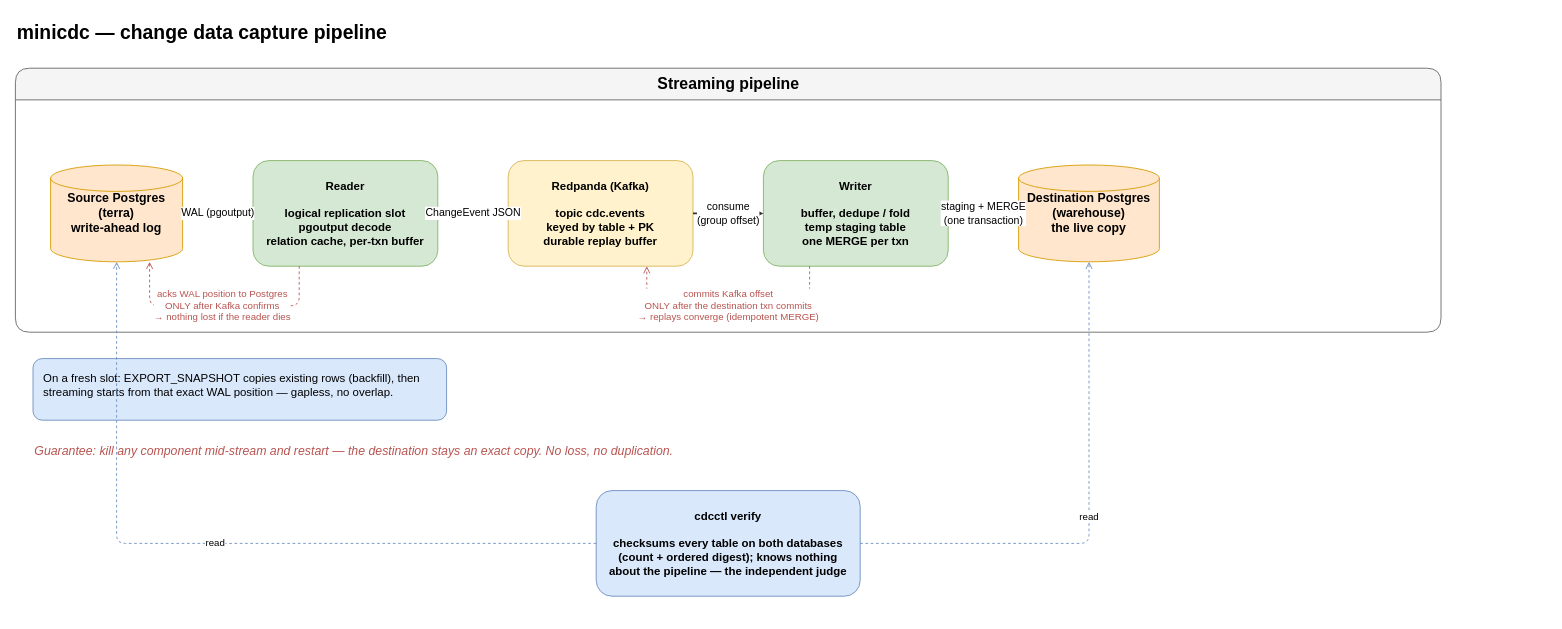
BABTUNA/minicdc keeps this draw.io diagram as docs/assets/architecture.drawio. Above is the earlier version. Source tidied: cells renumbered, new cells numbered last; positions are measured from the earlier drawing's top-left corner, leaving out a move shared by most shapes. Both pictures are drawn from the tidied source at 88%, with x=0, y=0 at pixel (15, 15).
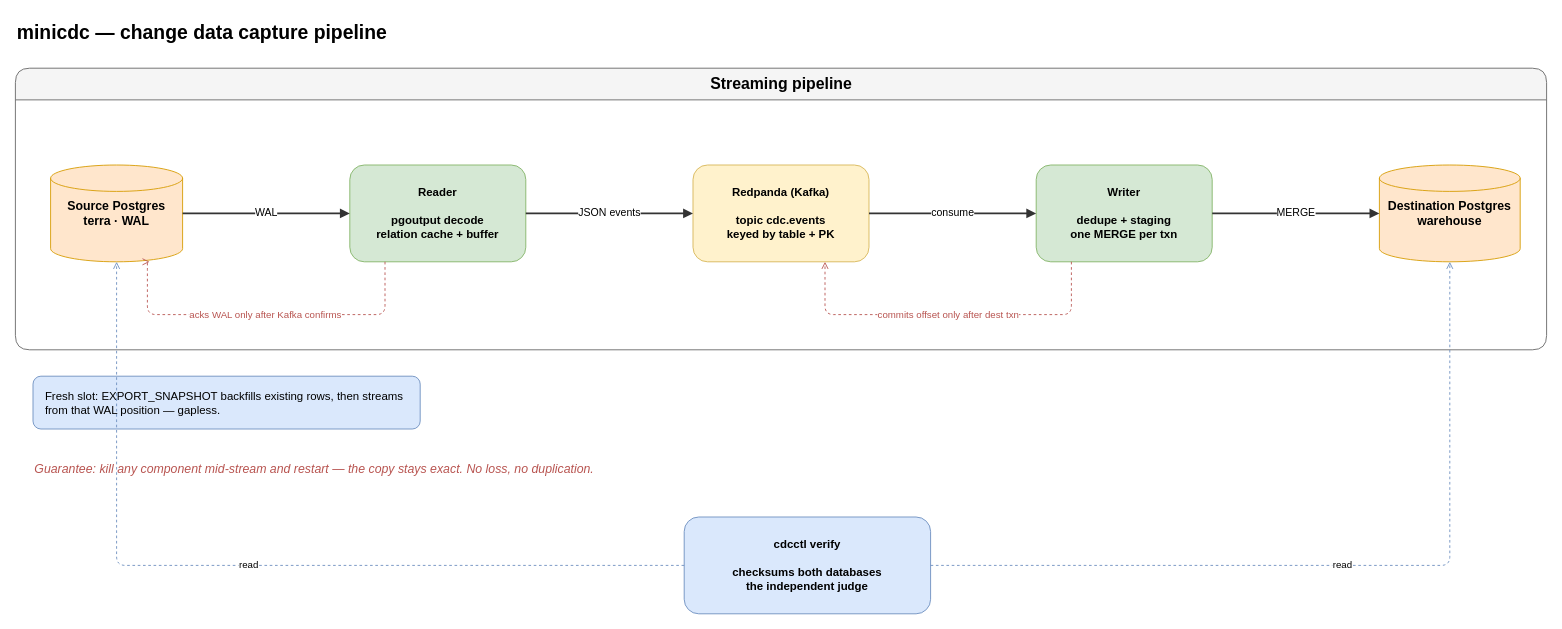
The same page after the edit.

Commit message (it also covers changes not shown here):
Clean up architecture diagram: wider spacing, shorter labels

Space the pipeline nodes so edge labels sit in the gaps instead of
overlapping the boxes, and trim the annotation and box text to one short
line each.

The edit, as a diff of the source:
```diff
@@
     <mxCell id="3" value="Streaming pipeline" style="swimlane;startSize=36;horizontal=1;rounded=1;html=1;fillColor=#f5f5f5;strokeColor=#666666;fontSize=18;fontStyle=1;" parent="1" vertex="1">
-      <mxGeometry y="60" width="1620" height="300" as="geometry" />
+      <mxGeometry y="60" width="1740" height="320" as="geometry" />
     </mxCell>
-    <mxCell id="4" value="Source Postgres&#10;(terra)&#10;write-ahead log" style="shape=cylinder3;whiteSpace=wrap;html=1;fillColor=#ffe6cc;strokeColor=#d79b00;fontSize=14;fontStyle=1;" parent="3" vertex="1">
+    <mxCell id="4" value="Source Postgres&#10;terra · WAL" style="shape=cylinder3;whiteSpace=wrap;html=1;fillColor=#ffe6cc;strokeColor=#d79b00;fontSize=14;fontStyle=1;" parent="3" vertex="1">
       <mxGeometry x="40" y="110" width="150" height="110" as="geometry" />
     </mxCell>
-    <mxCell id="5" value="Reader&#10;&#10;logical replication slot&#10;pgoutput decode&#10;relation cache, per-txn buffer" style="rounded=1;whiteSpace=wrap;html=1;fillColor=#d5e8d4;strokeColor=#82b366;fontSize=13;fontStyle=1;" parent="3" vertex="1">
-      <mxGeometry x="270" y="105" width="210" height="120" as="geometry" />
+    <mxCell id="5" value="Reader&#10;&#10;pgoutput decode&#10;relation cache + buffer" style="rounded=1;whiteSpace=wrap;html=1;fillColor=#d5e8d4;strokeColor=#82b366;fontSize=13;fontStyle=1;" parent="3" vertex="1">
+      <mxGeometry x="380" y="110" width="200" height="110" as="geometry" />
     </mxCell>
-    <mxCell id="6" value="Redpanda (Kafka)&#10;&#10;topic cdc.events&#10;keyed by table + PK&#10;durable replay buffer" style="rounded=1;whiteSpace=wrap;html=1;fillColor=#fff2cc;strokeColor=#d6b656;fontSize=13;fontStyle=1;" parent="3" vertex="1">
-      <mxGeometry x="560" y="105" width="210" height="120" as="geometry" />
+    <mxCell id="6" value="Redpanda (Kafka)&#10;&#10;topic cdc.events&#10;keyed by table + PK" style="rounded=1;whiteSpace=wrap;html=1;fillColor=#fff2cc;strokeColor=#d6b656;fontSize=13;fontStyle=1;" parent="3" vertex="1">
+      <mxGeometry x="770" y="110" width="200" height="110" as="geometry" />
     </mxCell>
-    <mxCell id="7" value="Writer&#10;&#10;buffer, dedupe / fold&#10;temp staging table&#10;one MERGE per txn" style="rounded=1;whiteSpace=wrap;html=1;fillColor=#d5e8d4;strokeColor=#82b366;fontSize=13;fontStyle=1;" parent="3" vertex="1">
-      <mxGeometry x="850" y="105" width="210" height="120" as="geometry" />
+    <mxCell id="7" value="Writer&#10;&#10;dedupe + staging&#10;one MERGE per txn" style="rounded=1;whiteSpace=wrap;html=1;fillColor=#d5e8d4;strokeColor=#82b366;fontSize=13;fontStyle=1;" parent="3" vertex="1">
+      <mxGeometry x="1160" y="110" width="200" height="110" as="geometry" />
     </mxCell>
-    <mxCell id="8" value="Destination Postgres&#10;(warehouse)&#10;the live copy" style="shape=cylinder3;whiteSpace=wrap;html=1;fillColor=#ffe6cc;strokeColor=#d79b00;fontSize=14;fontStyle=1;" parent="3" vertex="1">
-      <mxGeometry x="1140" y="110" width="160" height="110" as="geometry" />
+    <mxCell id="8" value="Destination Postgres&#10;warehouse" style="shape=cylinder3;whiteSpace=wrap;html=1;fillColor=#ffe6cc;strokeColor=#d79b00;fontSize=14;fontStyle=1;" parent="3" vertex="1">
+      <mxGeometry x="1550" y="110" width="160" height="110" as="geometry" />
     </mxCell>
-    <mxCell id="9" value="WAL (pgoutput)" style="edgeStyle=orthogonalEdgeStyle;rounded=1;html=1;fontSize=12;endArrow=block;strokeColor=#333333;strokeWidth=2;" parent="3" edge="1" source="4" target="5">
+    <mxCell id="9" value="WAL" style="edgeStyle=orthogonalEdgeStyle;rounded=1;html=1;fontSize=12;endArrow=block;strokeColor=#333333;strokeWidth=2;" parent="3" edge="1" source="4" target="5">
       <mxGeometry relative="1" as="geometry" />
     </mxCell>
-    <mxCell id="10" value="ChangeEvent JSON" style="edgeStyle=orthogonalEdgeStyle;rounded=1;html=1;fontSize=12;endArrow=block;strokeColor=#333333;strokeWidth=2;" parent="3" edge="1" source="5" target="6">
+    <mxCell id="10" value="JSON events" style="edgeStyle=orthogonalEdgeStyle;rounded=1;html=1;fontSize=12;endArrow=block;strokeColor=#333333;strokeWidth=2;" parent="3" edge="1" source="5" target="6">
       <mxGeometry relative="1" as="geometry" />
     </mxCell>
-    <mxCell id="11" value="consume&#10;(group offset)" style="edgeStyle=orthogonalEdgeStyle;rounded=1;html=1;fontSize=12;endArrow=block;strokeColor=#333333;strokeWidth=2;" parent="3" edge="1" source="6" target="7">
+    <mxCell id="11" value="consume" style="edgeStyle=orthogonalEdgeStyle;rounded=1;html=1;fontSize=12;endArrow=block;strokeColor=#333333;strokeWidth=2;" parent="3" edge="1" source="6" target="7">
       <mxGeometry relative="1" as="geometry" />
     </mxCell>
-    <mxCell id="12" value="staging + MERGE&#10;(one transaction)" style="edgeStyle=orthogonalEdgeStyle;rounded=1;html=1;fontSize=12;endArrow=block;strokeColor=#333333;strokeWidth=2;" parent="3" edge="1" source="7" target="8">
+    <mxCell id="12" value="MERGE" style="edgeStyle=orthogonalEdgeStyle;rounded=1;html=1;fontSize=12;endArrow=block;strokeColor=#333333;strokeWidth=2;" parent="3" edge="1" source="7" target="8">
       <mxGeometry relative="1" as="geometry" />
     </mxCell>
-    <mxCell id="13" value="acks WAL position to Postgres&#10;ONLY after Kafka confirms&#10;→ nothing lost if the reader dies" style="edgeStyle=orthogonalEdgeStyle;rounded=1;html=1;fontSize=11;dashed=1;endArrow=open;strokeColor=#b85450;fontColor=#b85450;exitX=0.25;exitY=1;entryX=0.75;entryY=1;" parent="3" edge="1" source="5" target="4">
+    <mxCell id="13" value="acks WAL only after Kafka confirms" style="edgeStyle=orthogonalEdgeStyle;rounded=1;html=1;fontSize=11;dashed=1;endArrow=open;strokeColor=#b85450;fontColor=#b85450;exitX=0.2;exitY=1;entryX=0.75;entryY=1;" parent="3" edge="1" source="5" target="4">
       <mxGeometry relative="1" as="geometry">
         <Array as="points">
-          <mxPoint x="290" y="270" />
-          <mxPoint x="150" y="270" />
+          <mxPoint x="420" y="280" />
+          <mxPoint x="150" y="280" />
         </Array>
       </mxGeometry>
     </mxCell>
-    <mxCell id="14" value="commits Kafka offset&#10;ONLY after the destination txn commits&#10;→ replays converge (idempotent MERGE)" style="edgeStyle=orthogonalEdgeStyle;rounded=1;html=1;fontSize=11;dashed=1;endArrow=open;strokeColor=#b85450;fontColor=#b85450;exitX=0.25;exitY=1;entryX=0.75;entryY=1;" parent="3" edge="1" source="7" target="6">
+    <mxCell id="14" value="commits offset only after dest txn" style="edgeStyle=orthogonalEdgeStyle;rounded=1;html=1;fontSize=11;dashed=1;endArrow=open;strokeColor=#b85450;fontColor=#b85450;exitX=0.2;exitY=1;entryX=0.75;entryY=1;" parent="3" edge="1" source="7" target="6">
       <mxGeometry relative="1" as="geometry">
         <Array as="points">
-          <mxPoint x="870" y="270" />
-          <mxPoint x="730" y="270" />
+          <mxPoint x="1200" y="280" />
+          <mxPoint x="920" y="280" />
         </Array>
       </mxGeometry>
     </mxCell>
-    <mxCell id="15" value="On a fresh slot: EXPORT_SNAPSHOT copies existing rows (backfill), then streaming starts from that exact WAL position — gapless, no overlap." style="rounded=1;whiteSpace=wrap;html=1;fillColor=#dae8fc;strokeColor=#6c8ebf;fontSize=13;align=left;verticalAlign=top;spacingLeft=10;spacingTop=8;" parent="1" vertex="1">
-      <mxGeometry x="20" y="390" width="470" height="70" as="geometry" />
+    <mxCell id="15" value="Fresh slot: EXPORT_SNAPSHOT backfills existing rows, then streams from that WAL position — gapless." style="rounded=1;whiteSpace=wrap;html=1;fillColor=#dae8fc;strokeColor=#6c8ebf;fontSize=13;align=left;verticalAlign=middle;spacingLeft=12;" parent="1" vertex="1">
+      <mxGeometry x="20" y="410" width="440" height="60" as="geometry" />
     </mxCell>
+    <mxCell id="20" value="Guarantee: kill any component mid-stream and restart — the copy stays exact. No loss, no duplication." style="text;html=1;strokeColor=none;fillColor=none;align=left;verticalAlign=middle;fontSize=14;fontStyle=2;fontColor=#b85450;" parent="1" vertex="1">
+      <mxGeometry x="20" y="500" width="900" height="30" as="geometry" />
+    </mxCell>
-    <mxCell id="16" value="cdcctl verify&#10;&#10;checksums every table on both databases&#10;(count + ordered digest); knows nothing&#10;about the pipeline — the independent judge" style="rounded=1;whiteSpace=wrap;html=1;fillColor=#dae8fc;strokeColor=#6c8ebf;fontSize=13;fontStyle=1;" parent="1" vertex="1">
-      <mxGeometry x="660" y="540" width="300" height="120" as="geometry" />
+    <mxCell id="16" value="cdcctl verify&#10;&#10;checksums both databases&#10;the independent judge" style="rounded=1;whiteSpace=wrap;html=1;fillColor=#dae8fc;strokeColor=#6c8ebf;fontSize=13;fontStyle=1;" parent="1" vertex="1">
+      <mxGeometry x="760" y="570" width="280" height="110" as="geometry" />
     </mxCell>
@@
-    <mxCell id="19" value="Guarantee: kill any component mid-stream and restart — the destination stays an exact copy. No loss, no duplication." style="text;html=1;strokeColor=none;fillColor=none;align=left;verticalAlign=middle;fontSize=14;fontStyle=2;fontColor=#b85450;" parent="1" vertex="1">
-      <mxGeometry x="20" y="480" width="900" height="30" as="geometry" />
-    </mxCell>
```
